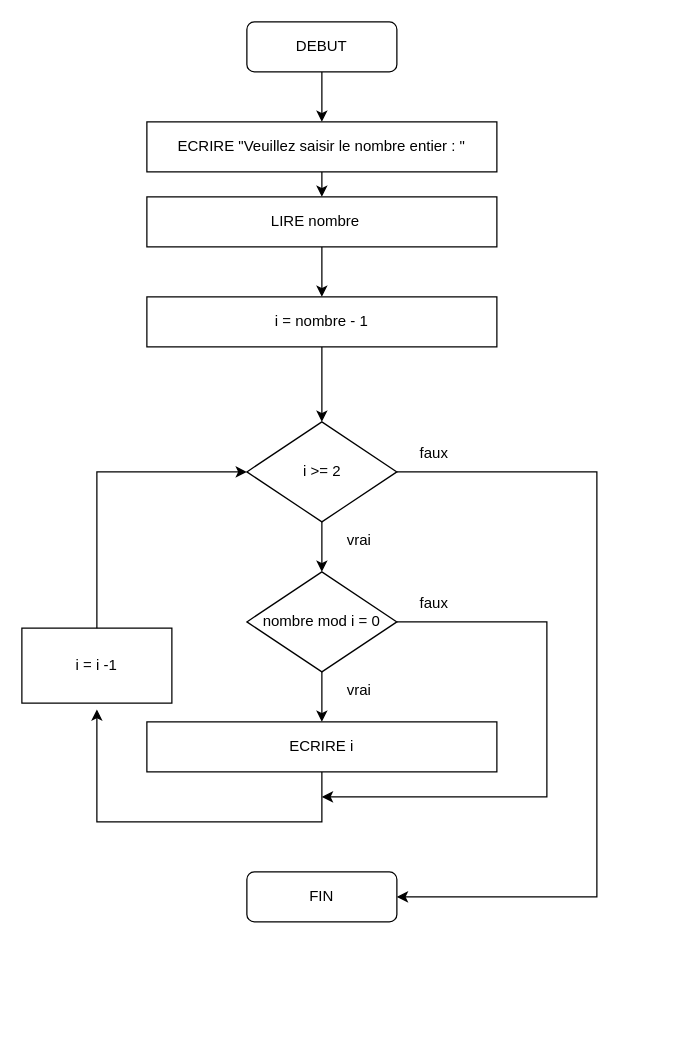
Before: DOSSIER_03_ALGORITHMIQUE/exercice_3-4-recherche-des-diviseurs-d-un-nombre.drawio in D-CRAVO/FORMATION-DWWM-2022, a draw.io diagram. Source tidied: cells renumbered, new cells numbered last; positions are measured from the earlier drawing's top-left corner, leaving out a move shared by most shapes. Both pictures are drawn from the tidied source at 125%, with x=0, y=0 at pixel (21, 21).
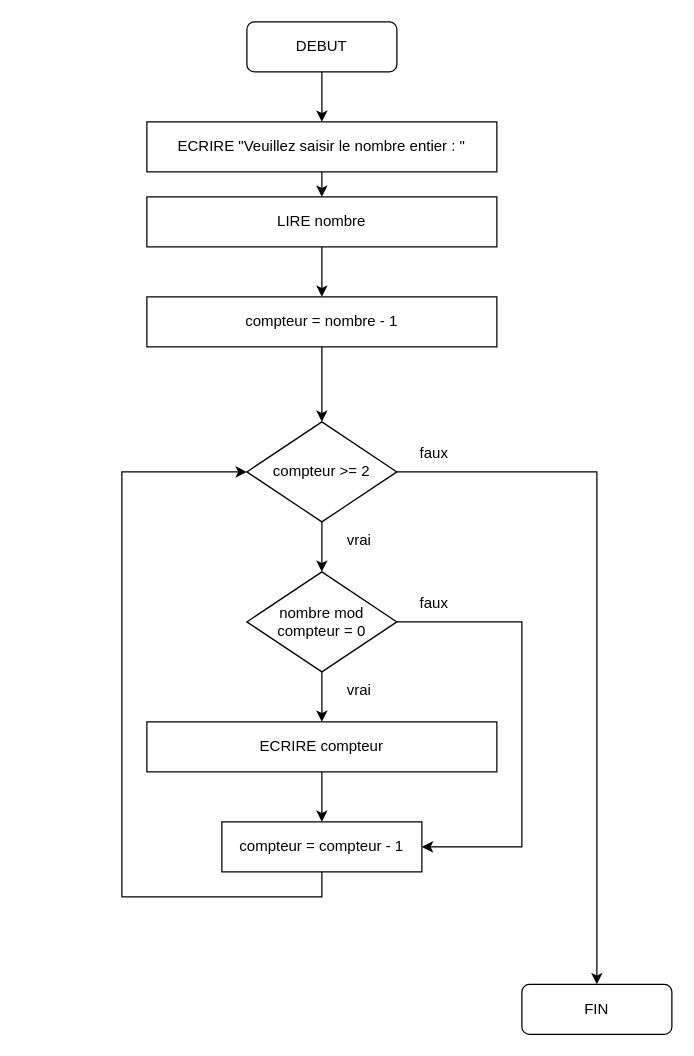
The same page after the edit.

The change refers to these unchanged cells:
```xml
<mxCell id="30" value="faux" style="text;html=1;strokeColor=none;fillColor=none;align=center;verticalAlign=middle;whiteSpace=wrap;rounded=0;" parent="1" vertex="1">
  <mxGeometry x="300" y="450" width="60" height="30" as="geometry" />
</mxCell>
```

Change to the diagram source:
```diff
@@
-    <mxCell id="9" style="rounded=0;whiteSpace=wrap;html=1;fillColor=none;" parent="1" vertex="1">
+    <mxCell id="9" value="&lt;span style=&quot;&quot;&gt;LIRE nombre&lt;/span&gt;" style="rounded=0;whiteSpace=wrap;html=1;fillColor=none;" parent="1" vertex="1">
       <mxGeometry x="100" y="140" width="280" height="40" as="geometry" />
     </mxCell>
-    <mxCell id="10" value="LIRE nombre" style="text;html=1;strokeColor=none;fillColor=none;align=center;verticalAlign=middle;whiteSpace=wrap;rounded=0;" parent="1" vertex="1">
-      <mxGeometry x="110" y="150" width="250" height="20" as="geometry" />
-    </mxCell>
@@
+    <mxCell id="28" style="edgeStyle=orthogonalEdgeStyle;rounded=0;jettySize=auto;html=1;exitX=1;exitY=0.5;exitDx=0;exitDy=0;" parent="1" edge="1" source="12" target="25">
+      <mxGeometry relative="1" as="geometry" />
+    </mxCell>
-    <mxCell id="12" style="rhombus;whiteSpace=wrap;html=1;fillColor=none;" parent="1" vertex="1">
+    <mxCell id="12" value="&lt;span style=&quot;&quot;&gt;compteur &amp;gt;= 2&lt;/span&gt;" style="rhombus;whiteSpace=wrap;html=1;fillColor=none;" parent="1" vertex="1">
       <mxGeometry x="180" y="320" width="120" height="80" as="geometry" />
     </mxCell>
@@
-    <mxCell id="14" style="rounded=0;whiteSpace=wrap;html=1;fillColor=none;" parent="1" vertex="1">
+    <mxCell id="14" value="&lt;span style=&quot;&quot;&gt;compteur = nombre - 1&lt;/span&gt;" style="rounded=0;whiteSpace=wrap;html=1;fillColor=none;" parent="1" vertex="1">
       <mxGeometry x="100" y="220" width="280" height="40" as="geometry" />
     </mxCell>
-    <mxCell id="15" value="i = nombre - 1" style="text;html=1;strokeColor=none;fillColor=none;align=center;verticalAlign=middle;whiteSpace=wrap;rounded=0;" parent="1" vertex="1">
-      <mxGeometry x="180" y="230" width="120" height="20" as="geometry" />
-    </mxCell>
-    <mxCell id="16" value="i &amp;gt;= 2" style="text;html=1;strokeColor=none;fillColor=none;align=center;verticalAlign=middle;whiteSpace=wrap;rounded=0;" parent="1" vertex="1">
-      <mxGeometry x="202.5" y="345" width="75" height="30" as="geometry" />
-    </mxCell>
@@
+    <mxCell id="33" style="edgeStyle=orthogonalEdgeStyle;rounded=0;jettySize=auto;html=1;exitX=1;exitY=0.5;exitDx=0;exitDy=0;entryX=1;entryY=0.5;entryDx=0;entryDy=0;" parent="1" edge="1" source="21" target="31">
+      <mxGeometry relative="1" as="geometry">
+        <Array as="points">
+          <mxPoint x="400" y="480" />
+          <mxPoint x="400" y="660" />
+        </Array>
+      </mxGeometry>
+    </mxCell>
-    <mxCell id="21" value="nombre mod i = 0" style="text;html=1;strokeColor=none;fillColor=none;align=center;verticalAlign=middle;whiteSpace=wrap;rounded=0;" parent="1" vertex="1">
+    <mxCell id="21" value="nombre mod compteur = 0" style="text;html=1;strokeColor=none;fillColor=none;align=center;verticalAlign=middle;whiteSpace=wrap;rounded=0;" parent="1" vertex="1">
       <mxGeometry x="180" y="465" width="120" height="30" as="geometry" />
     </mxCell>
+    <mxCell id="34" style="edgeStyle=orthogonalEdgeStyle;rounded=0;jettySize=auto;html=1;exitX=0.5;exitY=1;exitDx=0;exitDy=0;entryX=0.5;entryY=0;entryDx=0;entryDy=0;" parent="1" edge="1" source="22" target="31">
+      <mxGeometry relative="1" as="geometry" />
+    </mxCell>
-    <mxCell id="22" style="rounded=0;whiteSpace=wrap;html=1;fillColor=none;" parent="1" vertex="1">
+    <mxCell id="22" value="&lt;span style=&quot;&quot;&gt;ECRIRE compteur&lt;/span&gt;" style="rounded=0;whiteSpace=wrap;html=1;fillColor=none;" parent="1" vertex="1">
       <mxGeometry x="100" y="560" width="280" height="40" as="geometry" />
     </mxCell>
-    <mxCell id="23" value="ECRIRE i" style="text;html=1;strokeColor=none;fillColor=none;align=center;verticalAlign=middle;whiteSpace=wrap;rounded=0;" parent="1" vertex="1">
-      <mxGeometry x="120" y="570" width="240" height="20" as="geometry" />
-    </mxCell>
-    <mxCell id="24" style="edgeStyle=orthogonalEdgeStyle;rounded=0;jettySize=auto;html=1;exitX=0;exitY=1;exitDx=0;exitDy=0;" parent="1" edge="1" source="30">
-      <mxGeometry relative="1" as="geometry">
-        <mxPoint x="240" y="620" as="targetPoint" />
-        <Array as="points">
-          <mxPoint x="420" y="480" />
-          <mxPoint x="420" y="620" />
-          <mxPoint x="240" y="620" />
-        </Array>
-      </mxGeometry>
-    </mxCell>
-    <mxCell id="25" style="rounded=1;whiteSpace=wrap;html=1;fillColor=none;" parent="1" vertex="1">
-      <mxGeometry x="180" y="680" width="120" height="40" as="geometry" />
+    <mxCell id="25" value="&lt;span style=&quot;&quot;&gt;FIN&lt;/span&gt;" style="rounded=1;whiteSpace=wrap;html=1;fillColor=none;" parent="1" vertex="1">
+      <mxGeometry x="400" y="770" width="120" height="40" as="geometry" />
     </mxCell>
-    <mxCell id="26" value="FIN" style="text;html=1;strokeColor=none;fillColor=none;align=center;verticalAlign=middle;whiteSpace=wrap;rounded=0;" parent="1" vertex="1">
-      <mxGeometry x="210" y="685" width="60" height="30" as="geometry" />
-    </mxCell>
-    <mxCell id="27" style="endArrow=classic;html=1;rounded=0;exitX=0.5;exitY=1;exitDx=0;exitDy=0;" parent="1" edge="1" source="22">
-      <mxGeometry relative="1" as="geometry">
-        <mxPoint x="60" y="550" as="targetPoint" />
-        <Array as="points">
-          <mxPoint x="240" y="640" />
-          <mxPoint x="60" y="640" />
-        </Array>
-      </mxGeometry>
-    </mxCell>
-    <mxCell id="28" style="endArrow=classic;html=1;rounded=0;exitX=1;exitY=0.5;exitDx=0;exitDy=0;entryX=1;entryY=0.5;entryDx=0;entryDy=0;" parent="1" edge="1" source="12" target="25">
-      <mxGeometry relative="1" as="geometry">
-        <Array as="points">
-          <mxPoint x="460" y="360" />
-          <mxPoint x="460" y="540" />
-          <mxPoint x="460" y="700" />
-        </Array>
-      </mxGeometry>
-    </mxCell>
@@
+    <mxCell id="32" style="edgeStyle=orthogonalEdgeStyle;rounded=0;jettySize=auto;html=1;exitX=0.5;exitY=1;exitDx=0;exitDy=0;entryX=0;entryY=0.5;entryDx=0;entryDy=0;" parent="1" edge="1" source="31" target="12">
+      <mxGeometry relative="1" as="geometry">
+        <Array as="points">
+          <mxPoint x="240" y="700" />
+          <mxPoint x="80" y="700" />
+          <mxPoint x="80" y="360" />
+        </Array>
+      </mxGeometry>
+    </mxCell>
-    <mxCell id="31" value="i = i -1" style="rounded=0;whiteSpace=wrap;html=1;fillColor=none;" parent="1" vertex="1">
-      <mxGeometry y="485" width="120" height="60" as="geometry" />
+    <mxCell id="31" value="compteur = compteur - 1" style="rounded=0;whiteSpace=wrap;html=1;fillColor=none;" parent="1" vertex="1">
+      <mxGeometry x="160" y="640" width="160" height="40" as="geometry" />
     </mxCell>
-    <mxCell id="32" style="endArrow=classic;html=1;rounded=0;entryX=0;entryY=0.5;entryDx=0;entryDy=0;exitX=0.5;exitY=0;exitDx=0;exitDy=0;" parent="1" edge="1" source="31" target="12">
-      <mxGeometry relative="1" as="geometry">
-        <Array as="points">
-          <mxPoint x="60" y="360" />
-        </Array>
-      </mxGeometry>
-    </mxCell>
```
